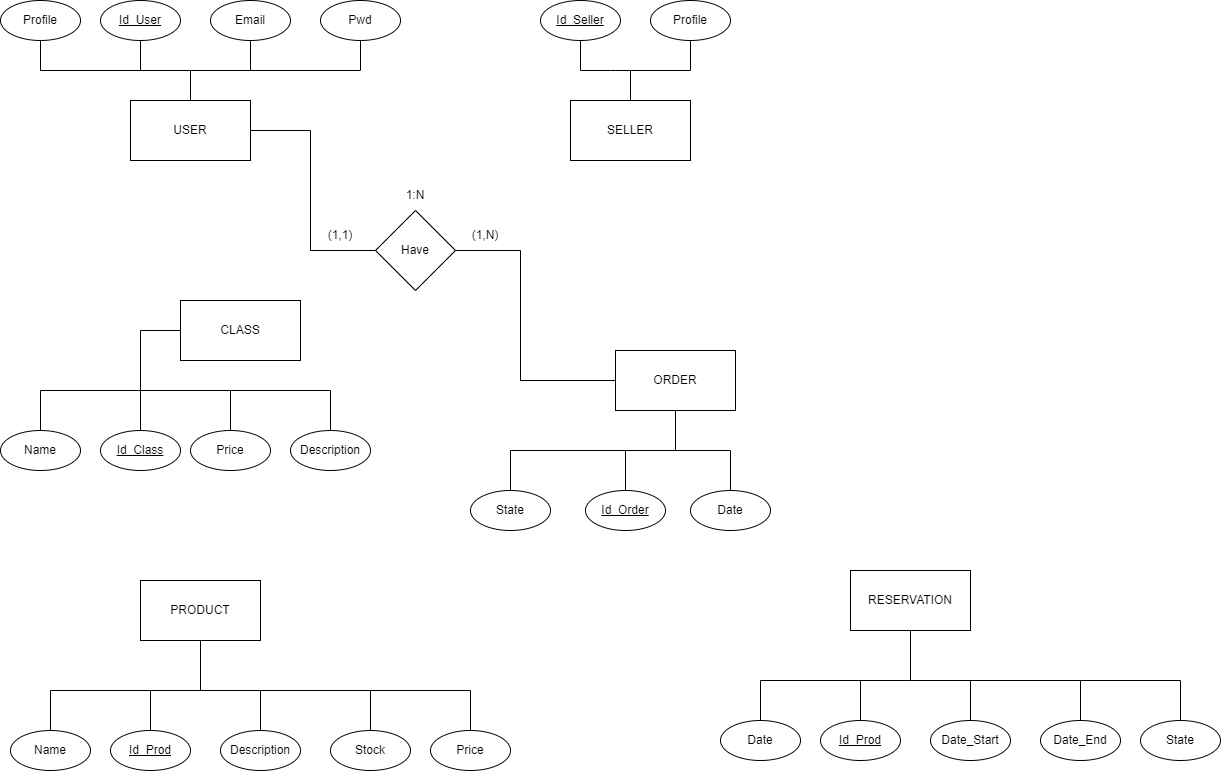
Before: Entidad-Relacion.drawio.png, a diagram exported from draw.io (OscarELCRACK17/imagen). Source tidied: cells renumbered, new cells last; positions are measured from the earlier drawing's top-left corner, leaving out a move shared by most shapes.
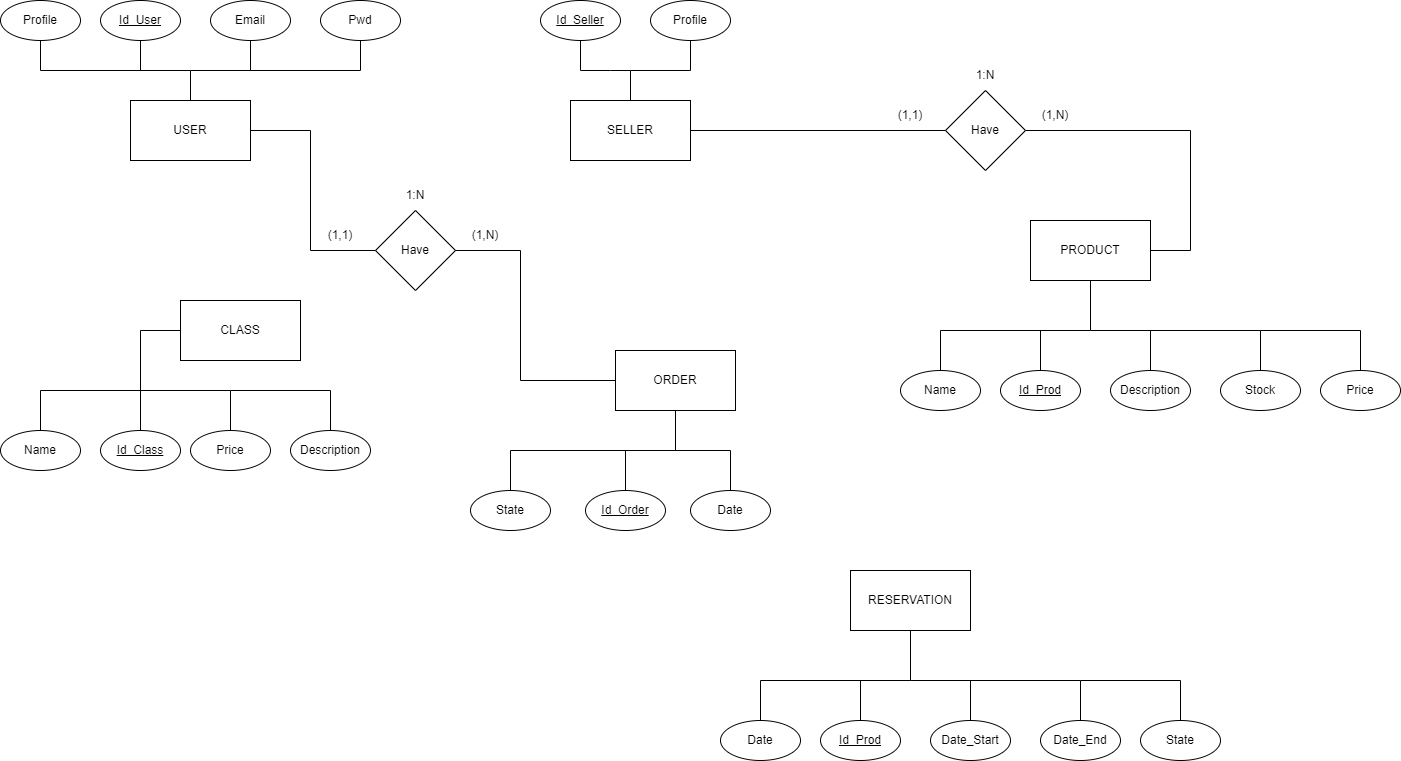
Above is the later version.

Diff of the diagram source:
```diff
@@ -79,58 +79,58 @@
       </mxGeometry>
     </mxCell>
     <mxCell id="18" value="PRODUCT" style="rounded=0;whiteSpace=wrap;html=1;flipH=0;" parent="1" vertex="1">
-      <mxGeometry x="140" y="580" width="120" height="60" as="geometry" />
+      <mxGeometry x="1030" y="220" width="120" height="60" as="geometry" />
     </mxCell>
     <mxCell id="19" value="&lt;u&gt;Id_Prod&lt;/u&gt;" style="ellipse;whiteSpace=wrap;html=1;flipH=0;" parent="1" vertex="1">
-      <mxGeometry x="110" y="730" width="80" height="40" as="geometry" />
+      <mxGeometry x="1000" y="370" width="80" height="40" as="geometry" />
     </mxCell>
     <mxCell id="20" value="Description" style="ellipse;whiteSpace=wrap;html=1;flipH=0;" parent="1" vertex="1">
-      <mxGeometry x="220" y="730" width="80" height="40" as="geometry" />
+      <mxGeometry x="1110" y="370" width="80" height="40" as="geometry" />
     </mxCell>
     <mxCell id="21" value="Stock" style="ellipse;whiteSpace=wrap;html=1;flipH=0;" parent="1" vertex="1">
-      <mxGeometry x="330" y="730" width="80" height="40" as="geometry" />
+      <mxGeometry x="1220" y="370" width="80" height="40" as="geometry" />
     </mxCell>
     <mxCell id="22" value="Name" style="ellipse;whiteSpace=wrap;html=1;flipH=0;" parent="1" vertex="1">
-      <mxGeometry x="10" y="730" width="80" height="40" as="geometry" />
+      <mxGeometry x="900" y="370" width="80" height="40" as="geometry" />
     </mxCell>
     <mxCell id="23" style="endArrow=none;html=1;rounded=0;entryX=0.5;entryY=0;entryDx=0;entryDy=0;" parent="1" edge="1" target="22">
       <mxGeometry relative="1" as="geometry">
-        <mxPoint x="200" y="640" as="sourcePoint" />
+        <mxPoint x="1090" y="280" as="sourcePoint" />
         <Array as="points">
-          <mxPoint x="200" y="690" />
-          <mxPoint x="50" y="690" />
+          <mxPoint x="1090" y="330" />
+          <mxPoint x="940" y="330" />
         </Array>
       </mxGeometry>
     </mxCell>
     <mxCell id="24" style="endArrow=none;html=1;rounded=0;" parent="1" edge="1">
       <mxGeometry relative="1" as="geometry">
-        <mxPoint x="150" y="690" as="sourcePoint" />
-        <mxPoint x="150" y="730" as="targetPoint" />
+        <mxPoint x="1040" y="330" as="sourcePoint" />
+        <mxPoint x="1040" y="370" as="targetPoint" />
       </mxGeometry>
     </mxCell>
     <mxCell id="25" style="endArrow=none;html=1;rounded=0;" parent="1" edge="1">
       <mxGeometry relative="1" as="geometry">
-        <mxPoint x="200" y="690" as="sourcePoint" />
-        <mxPoint x="370" y="730" as="targetPoint" />
+        <mxPoint x="1090" y="330" as="sourcePoint" />
+        <mxPoint x="1260" y="370" as="targetPoint" />
         <Array as="points">
-          <mxPoint x="370" y="690" />
+          <mxPoint x="1260" y="330" />
         </Array>
       </mxGeometry>
     </mxCell>
     <mxCell id="26" style="endArrow=none;html=1;rounded=0;" parent="1" edge="1">
       <mxGeometry relative="1" as="geometry">
-        <mxPoint x="260" y="690" as="sourcePoint" />
-        <mxPoint x="260" y="730" as="targetPoint" />
+        <mxPoint x="1150" y="330" as="sourcePoint" />
+        <mxPoint x="1150" y="370" as="targetPoint" />
       </mxGeometry>
     </mxCell>
     <mxCell id="27" value="Price" style="ellipse;whiteSpace=wrap;html=1;flipH=0;" parent="1" vertex="1">
-      <mxGeometry x="430" y="730" width="80" height="40" as="geometry" />
+      <mxGeometry x="1320" y="370" width="80" height="40" as="geometry" />
     </mxCell>
     <mxCell id="28" style="endArrow=none;html=1;rounded=0;entryX=0.5;entryY=0;entryDx=0;entryDy=0;" parent="1" edge="1" target="27">
       <mxGeometry relative="1" as="geometry">
-        <mxPoint x="370" y="690" as="sourcePoint" />
+        <mxPoint x="1260" y="330" as="sourcePoint" />
         <Array as="points">
-          <mxPoint x="470" y="690" />
+          <mxPoint x="1360" y="330" />
         </Array>
       </mxGeometry>
     </mxCell>
@@ -300,5 +300,28 @@
     <mxCell id="61" value="1:N" style="text;html=1;strokeColor=none;fillColor=none;align=center;verticalAlign=middle;whiteSpace=wrap;rounded=0;" parent="1" vertex="1">
       <mxGeometry x="385" y="180" width="60" height="30" as="geometry" />
     </mxCell>
+    <mxCell id="62" value="Have" style="rhombus;whiteSpace=wrap;html=1;" parent="1" vertex="1">
+      <mxGeometry x="945" y="90" width="80" height="80" as="geometry" />
+    </mxCell>
+    <mxCell id="63" value="(1,N)" style="text;html=1;strokeColor=none;fillColor=none;align=center;verticalAlign=middle;whiteSpace=wrap;rounded=0;" parent="1" vertex="1">
+      <mxGeometry x="1025" y="100" width="60" height="30" as="geometry" />
+    </mxCell>
+    <mxCell id="64" value="(1,1)" style="text;html=1;strokeColor=none;fillColor=none;align=center;verticalAlign=middle;whiteSpace=wrap;rounded=0;" parent="1" vertex="1">
+      <mxGeometry x="880" y="100" width="60" height="30" as="geometry" />
+    </mxCell>
+    <mxCell id="65" value="1:N" style="text;html=1;strokeColor=none;fillColor=none;align=center;verticalAlign=middle;whiteSpace=wrap;rounded=0;" parent="1" vertex="1">
+      <mxGeometry x="955" y="60" width="60" height="30" as="geometry" />
+    </mxCell>
+    <mxCell id="66" style="endArrow=none;html=1;rounded=0;exitX=1;exitY=0.5;exitDx=0;exitDy=0;entryX=0;entryY=0.5;entryDx=0;entryDy=0;" parent="1" edge="1" source="11" target="62">
+      <mxGeometry relative="1" as="geometry" />
+    </mxCell>
+    <mxCell id="67" style="endArrow=none;html=1;rounded=0;entryX=0;entryY=1;entryDx=0;entryDy=0;exitX=1;exitY=0.5;exitDx=0;exitDy=0;" parent="1" edge="1" source="18" target="63">
+      <mxGeometry relative="1" as="geometry">
+        <Array as="points">
+          <mxPoint x="1190" y="250" />
+          <mxPoint x="1190" y="130" />
+        </Array>
+      </mxGeometry>
+    </mxCell>
   </root>
 </mxGraphModel>
```
